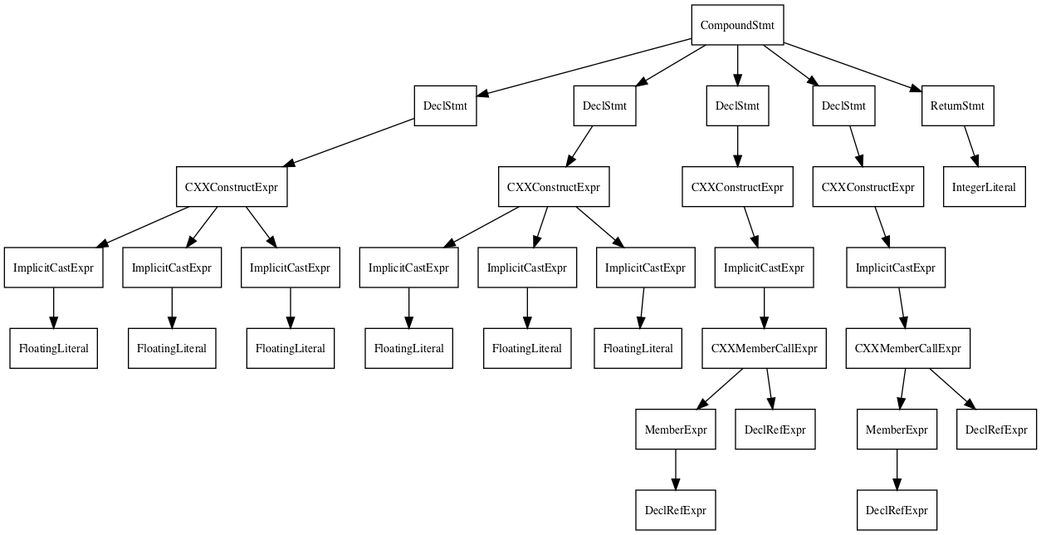
This is inputs/graph.png from kevinsullivan/physvm_develop, a Graphviz export, as it was before one commit. Its source is kept beside it as inputs/graph.dot.
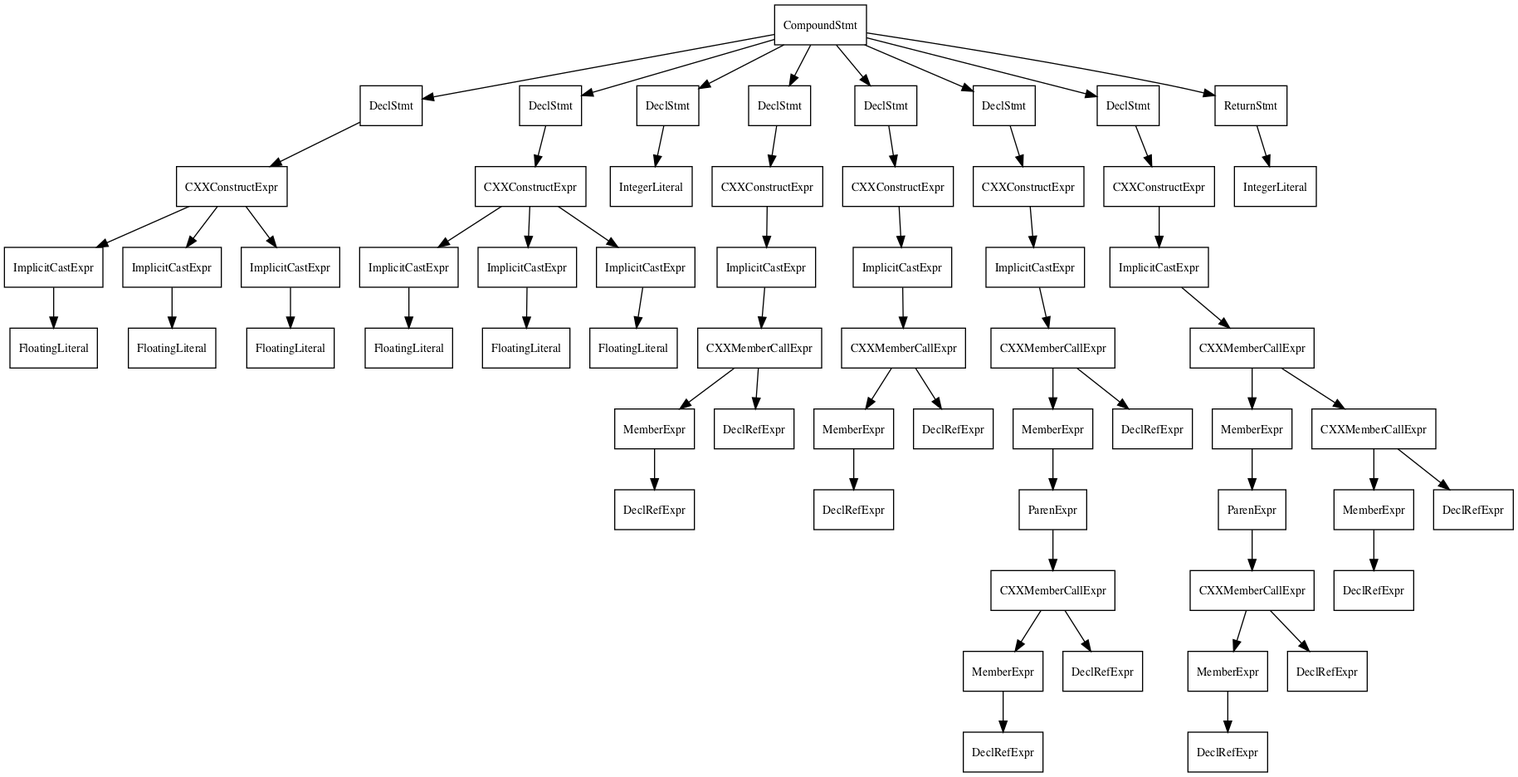
Later version of the same file.

What changed in the source:
```diff
@@ -1,68 +1,122 @@
 digraph unnamed {
 
-	Node0x7f93d80020b8 [shape=record,label="{CompoundStmt}"];
-	Node0x7f93d80020b8 -> Node0x7f93d709b370;
-	Node0x7f93d80020b8 -> Node0x7f93d709b518;
-	Node0x7f93d80020b8 -> Node0x7f93d8001ef8;
-	Node0x7f93d80020b8 -> Node0x7f93d8002070;
-	Node0x7f93d80020b8 -> Node0x7f93d80020a8;
-	Node0x7f93d709b370 [shape=record,label="{DeclStmt}"];
-	Node0x7f93d709b370 -> Node0x7f93d709b328;
-	Node0x7f93d709b328 [shape=record,label="{CXXConstructExpr}"];
-	Node0x7f93d709b328 -> Node0x7f93d709b2e0;
-	Node0x7f93d709b328 -> Node0x7f93d709b2f8;
-	Node0x7f93d709b328 -> Node0x7f93d709b310;
-	Node0x7f93d709b2e0 [shape=record,label="{ImplicitCastExpr}"];
-	Node0x7f93d709b2e0 -> Node0x7f93d709b0a8;
-	Node0x7f93d709b0a8 [shape=record,label="{FloatingLiteral}"];
-	Node0x7f93d709b2f8 [shape=record,label="{ImplicitCastExpr}"];
-	Node0x7f93d709b2f8 -> Node0x7f93d709b0c8;
-	Node0x7f93d709b0c8 [shape=record,label="{FloatingLiteral}"];
-	Node0x7f93d709b310 [shape=record,label="{ImplicitCastExpr}"];
-	Node0x7f93d709b310 -> Node0x7f93d709b0e8;
-	Node0x7f93d709b0e8 [shape=record,label="{FloatingLiteral}"];
-	Node0x7f93d709b518 [shape=record,label="{DeclStmt}"];
-	Node0x7f93d709b518 -> Node0x7f93d709b4d0;
-	Node0x7f93d709b4d0 [shape=record,label="{CXXConstructExpr}"];
-	Node0x7f93d709b4d0 -> Node0x7f93d709b488;
-	Node0x7f93d709b4d0 -> Node0x7f93d709b4a0;
-	Node0x7f93d709b4d0 -> Node0x7f93d709b4b8;
-	Node0x7f93d709b488 [shape=record,label="{ImplicitCastExpr}"];
-	Node0x7f93d709b488 -> Node0x7f93d709b3f8;
-	Node0x7f93d709b3f8 [shape=record,label="{FloatingLiteral}"];
-	Node0x7f93d709b4a0 [shape=record,label="{ImplicitCastExpr}"];
-	Node0x7f93d709b4a0 -> Node0x7f93d709b418;
-	Node0x7f93d709b418 [shape=record,label="{FloatingLiteral}"];
-	Node0x7f93d709b4b8 [shape=record,label="{ImplicitCastExpr}"];
-	Node0x7f93d709b4b8 -> Node0x7f93d709b438;
-	Node0x7f93d709b438 [shape=record,label="{FloatingLiteral}"];
-	Node0x7f93d8001ef8 [shape=record,label="{DeclStmt}"];
-	Node0x7f93d8001ef8 -> Node0x7f93d8001ec0;
-	Node0x7f93d8001ec0 [shape=record,label="{CXXConstructExpr}"];
-	Node0x7f93d8001ec0 -> Node0x7f93d8001c50;
-	Node0x7f93d8001c50 [shape=record,label="{ImplicitCastExpr}"];
-	Node0x7f93d8001c50 -> Node0x7f93d8001c20;
-	Node0x7f93d8001c20 [shape=record,label="{CXXMemberCallExpr}"];
-	Node0x7f93d8001c20 -> Node0x7f93d709b5c0;
-	Node0x7f93d8001c20 -> Node0x7f93d8001c00;
-	Node0x7f93d709b5c0 [shape=record,label="{MemberExpr}"];
-	Node0x7f93d709b5c0 -> Node0x7f93d709b5a0;
-	Node0x7f93d709b5a0 [shape=record,label="{DeclRefExpr}"];
-	Node0x7f93d8001c00 [shape=record,label="{DeclRefExpr}"];
-	Node0x7f93d8002070 [shape=record,label="{DeclStmt}"];
-	Node0x7f93d8002070 -> Node0x7f93d8002038;
-	Node0x7f93d8002038 [shape=record,label="{CXXConstructExpr}"];
-	Node0x7f93d8002038 -> Node0x7f93d8002020;
-	Node0x7f93d8002020 [shape=record,label="{ImplicitCastExpr}"];
-	Node0x7f93d8002020 -> Node0x7f93d8001ff0;
-	Node0x7f93d8001ff0 [shape=record,label="{CXXMemberCallExpr}"];
-	Node0x7f93d8001ff0 -> Node0x7f93d8001fa0;
-	Node0x7f93d8001ff0 -> Node0x7f93d8001fd0;
-	Node0x7f93d8001fa0 [shape=record,label="{MemberExpr}"];
-	Node0x7f93d8001fa0 -> Node0x7f93d8001f80;
-	Node0x7f93d8001f80 [shape=record,label="{DeclRefExpr}"];
-	Node0x7f93d8001fd0 [shape=record,label="{DeclRefExpr}"];
-	Node0x7f93d80020a8 [shape=record,label="{ReturnStmt}"];
-	Node0x7f93d80020a8 -> Node0x7f93d8002088;
-	Node0x7f93d8002088 [shape=record,label="{IntegerLiteral}"];
+	Node0x7fa364082418 [shape=record,label="{CompoundStmt}"];
+	Node0x7fa364082418 -> Node0x7fa36407ff70;
+	Node0x7fa364082418 -> Node0x7fa364080118;
+	Node0x7fa364082418 -> Node0x7fa3640801c8;
+	Node0x7fa364082418 -> Node0x7fa364081da8;
+	Node0x7fa364082418 -> Node0x7fa364081f20;
+	Node0x7fa364082418 -> Node0x7fa364082138;
+	Node0x7fa364082418 -> Node0x7fa3640823d0;
+	Node0x7fa364082418 -> Node0x7fa364082408;
+	Node0x7fa36407ff70 [shape=record,label="{DeclStmt}"];
+	Node0x7fa36407ff70 -> Node0x7fa36407ff28;
+	Node0x7fa36407ff28 [shape=record,label="{CXXConstructExpr}"];
+	Node0x7fa36407ff28 -> Node0x7fa36407fee0;
+	Node0x7fa36407ff28 -> Node0x7fa36407fef8;
+	Node0x7fa36407ff28 -> Node0x7fa36407ff10;
+	Node0x7fa36407fee0 [shape=record,label="{ImplicitCastExpr}"];
+	Node0x7fa36407fee0 -> Node0x7fa36407fca8;
+	Node0x7fa36407fca8 [shape=record,label="{FloatingLiteral}"];
+	Node0x7fa36407fef8 [shape=record,label="{ImplicitCastExpr}"];
+	Node0x7fa36407fef8 -> Node0x7fa36407fcc8;
+	Node0x7fa36407fcc8 [shape=record,label="{FloatingLiteral}"];
+	Node0x7fa36407ff10 [shape=record,label="{ImplicitCastExpr}"];
+	Node0x7fa36407ff10 -> Node0x7fa36407fce8;
+	Node0x7fa36407fce8 [shape=record,label="{FloatingLiteral}"];
+	Node0x7fa364080118 [shape=record,label="{DeclStmt}"];
+	Node0x7fa364080118 -> Node0x7fa3640800d0;
+	Node0x7fa3640800d0 [shape=record,label="{CXXConstructExpr}"];
+	Node0x7fa3640800d0 -> Node0x7fa364080088;
+	Node0x7fa3640800d0 -> Node0x7fa3640800a0;
+	Node0x7fa3640800d0 -> Node0x7fa3640800b8;
+	Node0x7fa364080088 [shape=record,label="{ImplicitCastExpr}"];
+	Node0x7fa364080088 -> Node0x7fa36407fff8;
+	Node0x7fa36407fff8 [shape=record,label="{FloatingLiteral}"];
+	Node0x7fa3640800a0 [shape=record,label="{ImplicitCastExpr}"];
+	Node0x7fa3640800a0 -> Node0x7fa364080018;
+	Node0x7fa364080018 [shape=record,label="{FloatingLiteral}"];
+	Node0x7fa3640800b8 [shape=record,label="{ImplicitCastExpr}"];
+	Node0x7fa3640800b8 -> Node0x7fa364080038;
+	Node0x7fa364080038 [shape=record,label="{FloatingLiteral}"];
+	Node0x7fa3640801c8 [shape=record,label="{DeclStmt}"];
+	Node0x7fa3640801c8 -> Node0x7fa3640801a8;
+	Node0x7fa3640801a8 [shape=record,label="{IntegerLiteral}"];
+	Node0x7fa364081da8 [shape=record,label="{DeclStmt}"];
+	Node0x7fa364081da8 -> Node0x7fa364081d70;
+	Node0x7fa364081d70 [shape=record,label="{CXXConstructExpr}"];
+	Node0x7fa364081d70 -> Node0x7fa364081b00;
+	Node0x7fa364081b00 [shape=record,label="{ImplicitCastExpr}"];
+	Node0x7fa364081b00 -> Node0x7fa364081ad0;
+	Node0x7fa364081ad0 [shape=record,label="{CXXMemberCallExpr}"];
+	Node0x7fa364081ad0 -> Node0x7fa364081a80;
+	Node0x7fa364081ad0 -> Node0x7fa364081ab0;
+	Node0x7fa364081a80 [shape=record,label="{MemberExpr}"];
+	Node0x7fa364081a80 -> Node0x7fa364081a60;
+	Node0x7fa364081a60 [shape=record,label="{DeclRefExpr}"];
+	Node0x7fa364081ab0 [shape=record,label="{DeclRefExpr}"];
+	Node0x7fa364081f20 [shape=record,label="{DeclStmt}"];
+	Node0x7fa364081f20 -> Node0x7fa364081ee8;
+	Node0x7fa364081ee8 [shape=record,label="{CXXConstructExpr}"];
+	Node0x7fa364081ee8 -> Node0x7fa364081ed0;
+	Node0x7fa364081ed0 [shape=record,label="{ImplicitCastExpr}"];
+	Node0x7fa364081ed0 -> Node0x7fa364081ea0;
+	Node0x7fa364081ea0 [shape=record,label="{CXXMemberCallExpr}"];
+	Node0x7fa364081ea0 -> Node0x7fa364081e50;
+	Node0x7fa364081ea0 -> Node0x7fa364081e80;
+	Node0x7fa364081e50 [shape=record,label="{MemberExpr}"];
+	Node0x7fa364081e50 -> Node0x7fa364081e30;
+	Node0x7fa364081e30 [shape=record,label="{DeclRefExpr}"];
+	Node0x7fa364081e80 [shape=record,label="{DeclRefExpr}"];
+	Node0x7fa364082138 [shape=record,label="{DeclStmt}"];
+	Node0x7fa364082138 -> Node0x7fa364082100;
+	Node0x7fa364082100 [shape=record,label="{CXXConstructExpr}"];
+	Node0x7fa364082100 -> Node0x7fa3640820e8;
+	Node0x7fa3640820e8 [shape=record,label="{ImplicitCastExpr}"];
+	Node0x7fa3640820e8 -> Node0x7fa3640820b8;
+	Node0x7fa3640820b8 [shape=record,label="{CXXMemberCallExpr}"];
+	Node0x7fa3640820b8 -> Node0x7fa364082068;
+	Node0x7fa3640820b8 -> Node0x7fa364082098;
+	Node0x7fa364082068 [shape=record,label="{MemberExpr}"];
+	Node0x7fa364082068 -> Node0x7fa364082048;
+	Node0x7fa364082048 [shape=record,label="{ParenExpr}"];
+	Node0x7fa364082048 -> Node0x7fa364082018;
+	Node0x7fa364082018 [shape=record,label="{CXXMemberCallExpr}"];
+	Node0x7fa364082018 -> Node0x7fa364081fc8;
+	Node0x7fa364082018 -> Node0x7fa364081ff8;
+	Node0x7fa364081fc8 [shape=record,label="{MemberExpr}"];
+	Node0x7fa364081fc8 -> Node0x7fa364081fa8;
+	Node0x7fa364081fa8 [shape=record,label="{DeclRefExpr}"];
+	Node0x7fa364081ff8 [shape=record,label="{DeclRefExpr}"];
+	Node0x7fa364082098 [shape=record,label="{DeclRefExpr}"];
+	Node0x7fa3640823d0 [shape=record,label="{DeclStmt}"];
+	Node0x7fa3640823d0 -> Node0x7fa364082398;
+	Node0x7fa364082398 [shape=record,label="{CXXConstructExpr}"];
+	Node0x7fa364082398 -> Node0x7fa364082380;
+	Node0x7fa364082380 [shape=record,label="{ImplicitCastExpr}"];
+	Node0x7fa364082380 -> Node0x7fa364082350;
+	Node0x7fa364082350 [shape=record,label="{CXXMemberCallExpr}"];
+	Node0x7fa364082350 -> Node0x7fa364082280;
+	Node0x7fa364082350 -> Node0x7fa364082320;
+	Node0x7fa364082280 [shape=record,label="{MemberExpr}"];
+	Node0x7fa364082280 -> Node0x7fa364082260;
+	Node0x7fa364082260 [shape=record,label="{ParenExpr}"];
+	Node0x7fa364082260 -> Node0x7fa364082230;
+	Node0x7fa364082230 [shape=record,label="{CXXMemberCallExpr}"];
+	Node0x7fa364082230 -> Node0x7fa3640821e0;
+	Node0x7fa364082230 -> Node0x7fa364082210;
+	Node0x7fa3640821e0 [shape=record,label="{MemberExpr}"];
+	Node0x7fa3640821e0 -> Node0x7fa3640821c0;
+	Node0x7fa3640821c0 [shape=record,label="{DeclRefExpr}"];
+	Node0x7fa364082210 [shape=record,label="{DeclRefExpr}"];
+	Node0x7fa364082320 [shape=record,label="{CXXMemberCallExpr}"];
+	Node0x7fa364082320 -> Node0x7fa3640822d0;
+	Node0x7fa364082320 -> Node0x7fa364082300;
+	Node0x7fa3640822d0 [shape=record,label="{MemberExpr}"];
+	Node0x7fa3640822d0 -> Node0x7fa3640822b0;
+	Node0x7fa3640822b0 [shape=record,label="{DeclRefExpr}"];
+	Node0x7fa364082300 [shape=record,label="{DeclRefExpr}"];
+	Node0x7fa364082408 [shape=record,label="{ReturnStmt}"];
+	Node0x7fa364082408 -> Node0x7fa3640823e8;
+	Node0x7fa3640823e8 [shape=record,label="{IntegerLiteral}"];
 }
```
